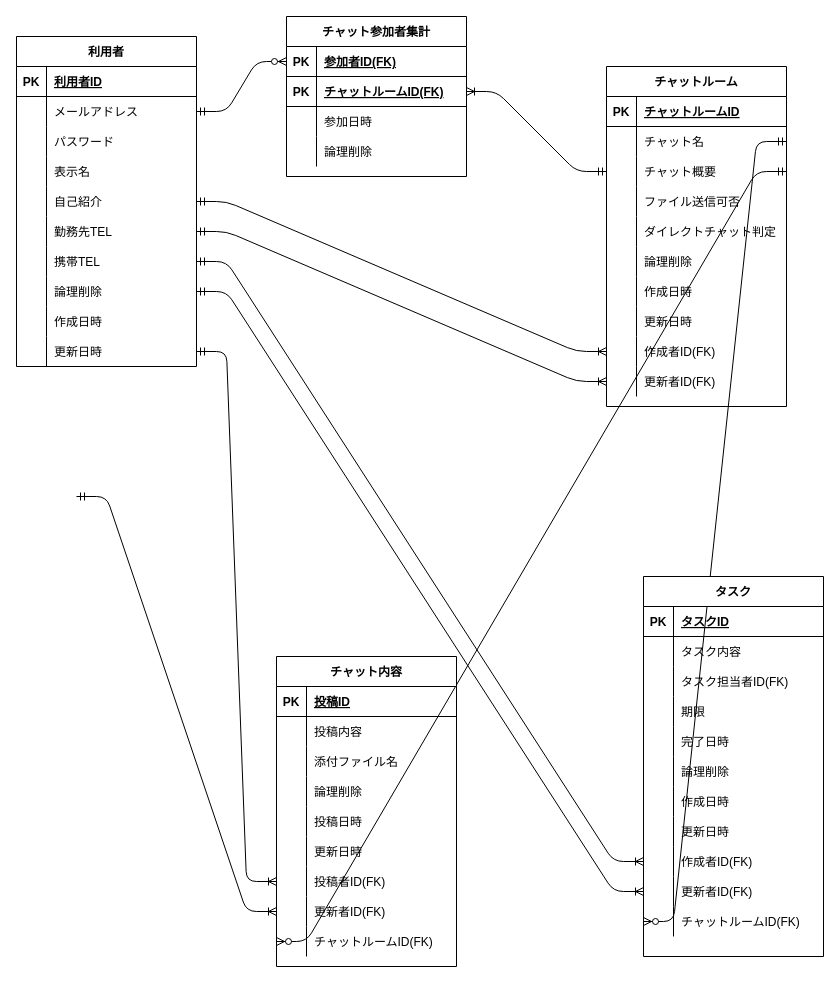
This is db/db-challenge1/erdiagram.drawio from labotinc/quelcode-db, a draw.io file, before an edit. Source tidied: cells renumbered, new cells numbered last; positions are measured from the earlier drawing's top-left corner, leaving out a move shared by most shapes. Both pictures are drawn from the tidied source at 100%, with x=0, y=0 at pixel (16, 16).
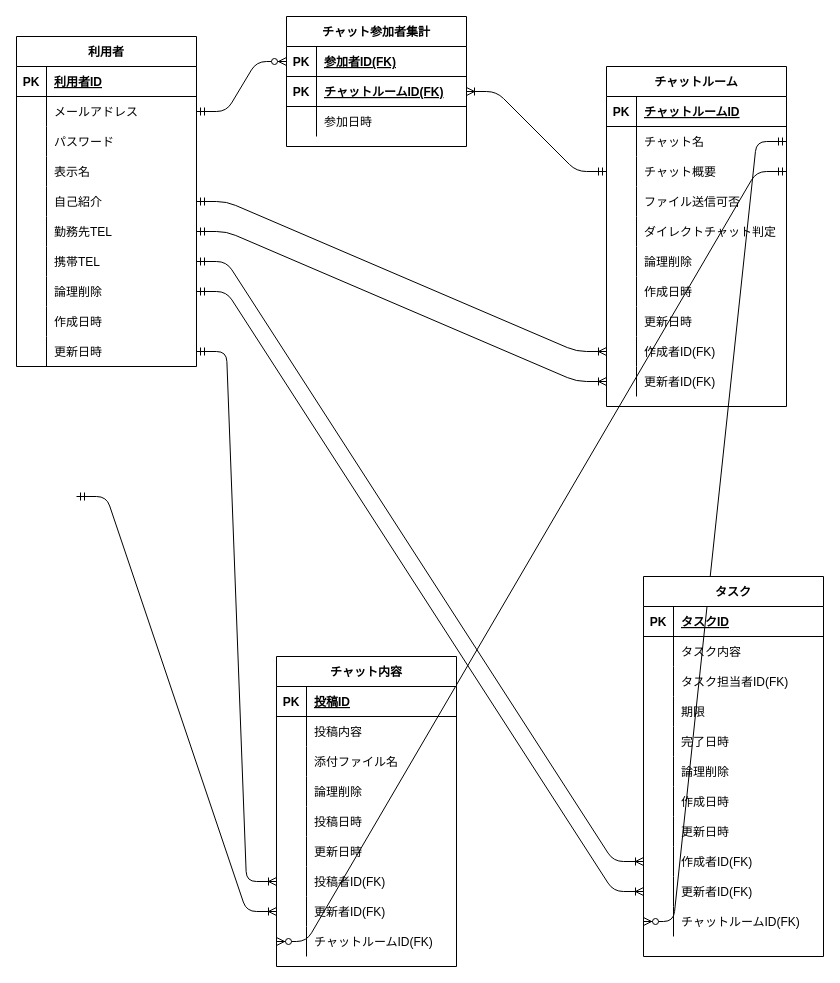
The same page after the edit.

Commit message:
fix: チャット参加者集計テーブルから論理削除フラグを削除

要件に論理削除が含まれていないため物理削除で対応

The edit, as a diff of the source:
```diff
@@
     <mxCell id="41" value="チャット参加者集計" style="shape=table;startSize=30;childLayout=tableLayout;rowLines=0;fontStyle=1;align=center;" parent="1" vertex="1">
-      <mxGeometry x="270" width="180" height="160" as="geometry" />
+      <mxGeometry x="270" width="180" height="130" as="geometry" />
     </mxCell>
@@
-    <mxCell id="51" style="shape=partialRectangle;fillColor=none;top=0;left=0;bottom=0;right=0;" parent="41" vertex="1">
-      <mxGeometry y="120" width="180" height="30" as="geometry" />
-    </mxCell>
-    <mxCell id="52" style="shape=partialRectangle;fillColor=none;top=0;left=0;bottom=0;right=0;overflow=hidden;" parent="51" vertex="1">
-      <mxGeometry width="30" height="30" as="geometry" />
-    </mxCell>
-    <mxCell id="53" value="論理削除" style="shape=partialRectangle;fillColor=none;top=0;left=0;bottom=0;right=0;align=left;spacingLeft=6;overflow=hidden;" parent="51" vertex="1">
-      <mxGeometry x="30" width="150" height="30" as="geometry" />
-    </mxCell>
```
